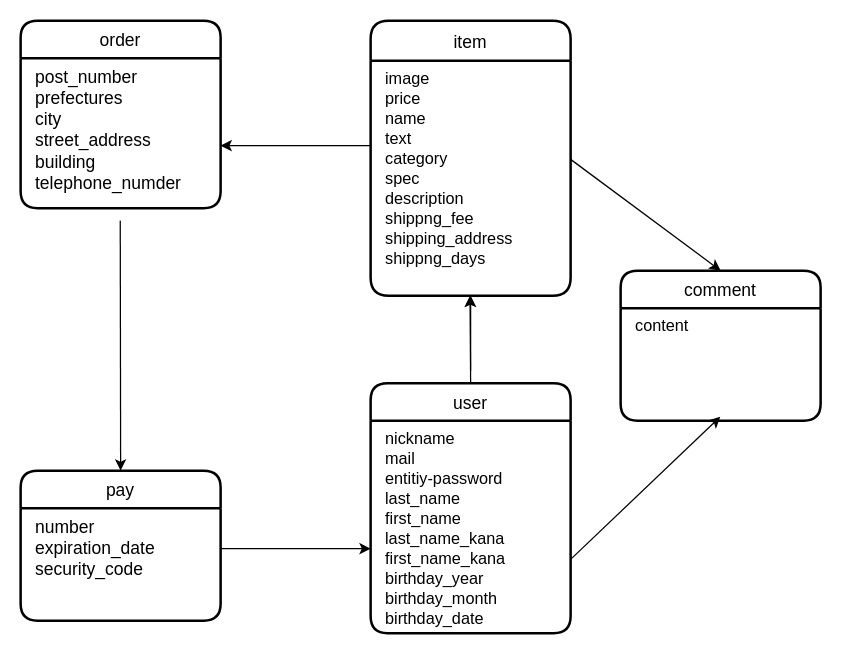
The draw.io diagram app/assets/config/furima.dio in otak0574/furima-37001, before the edit. Source tidied: cells renumbered, new cells numbered last; positions are measured from the earlier drawing's top-left corner, leaving out a move shared by most shapes. Both pictures are drawn from the tidied source at 125%, with x=0, y=0 at pixel (20, 20).
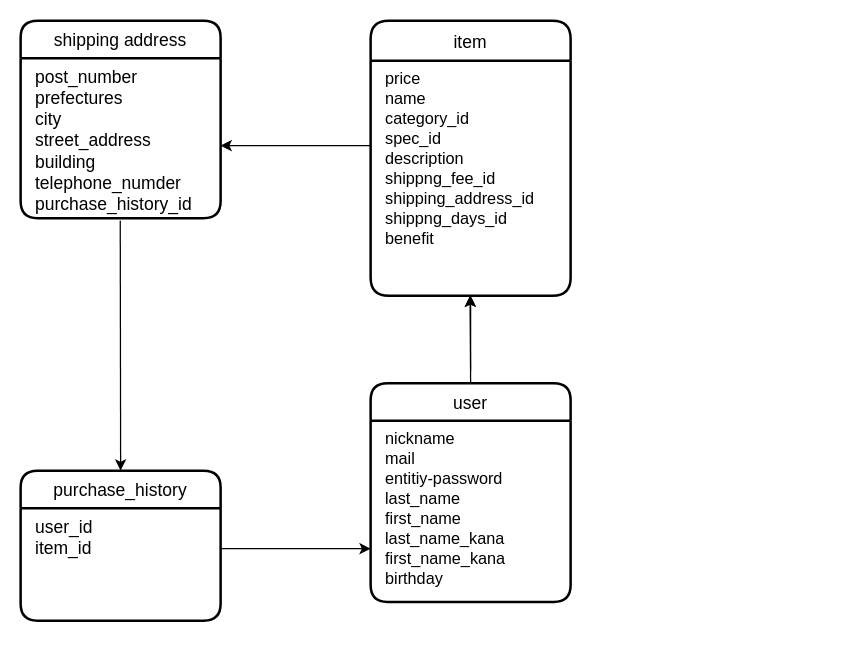
The same page after the edit.

Commit message (it also covers changes not shown here):
ER図、READMEの修正

The change refers to these unchanged cells:
```xml
<mxCell id="8" value="item" style="swimlane;horizontal=1;startSize=32;rounded=1;fontSize=14;fontStyle=0;strokeWidth=2;shadow=0;dashed=0;align=center;" parent="1" vertex="1">
  <mxGeometry x="280" width="160" height="220" as="geometry" />
</mxCell>
```

The edit, as a diff of the source:
```diff
@@
-    <mxCell id="3" style="edgeStyle=none;html=1;exitX=1;exitY=0.5;exitDx=0;exitDy=0;entryX=0.498;entryY=1.03;entryDx=0;entryDy=0;entryPerimeter=0;" parent="1" edge="1">
-      <mxGeometry relative="1" as="geometry">
-        <mxPoint x="440" y="431" as="sourcePoint" />
-        <mxPoint x="559.7" y="316.9" as="targetPoint" />
-      </mxGeometry>
-    </mxCell>
@@
-    <mxCell id="7" style="edgeStyle=none;html=1;entryX=0.5;entryY=0;entryDx=0;entryDy=0;exitX=1;exitY=0.5;exitDx=0;exitDy=0;" parent="1" edge="1">
-      <mxGeometry relative="1" as="geometry">
-        <mxPoint x="440" y="111" as="sourcePoint" />
-        <mxPoint x="560" y="200" as="targetPoint" />
-      </mxGeometry>
-    </mxCell>
@@
-    <mxCell id="9" value="image&#10;price&#10;name&#10;text&#10;category&#10;spec&#10;description&#10;shippng_fee&#10;shipping_address&#10;shippng_days" style="align=left;strokeColor=none;fillColor=none;spacingLeft=10;fontSize=13;verticalAlign=top;" parent="8" vertex="1">
+    <mxCell id="9" value="price&#10;name&#10;category_id&#10;spec_id&#10;description&#10;shippng_fee_id&#10;shipping_address_id&#10;shippng_days_id&#10;benefit" style="align=left;strokeColor=none;fillColor=none;spacingLeft=10;fontSize=13;verticalAlign=top;" parent="8" vertex="1">
       <mxGeometry y="32" width="160" height="188" as="geometry" />
     </mxCell>
-    <mxCell id="10" value="pay" style="swimlane;horizontal=1;startSize=30;rounded=1;fontSize=14;fontStyle=0;strokeWidth=2;shadow=0;dashed=0;align=center;" parent="1" vertex="1">
+    <mxCell id="10" value="purchase_history" style="swimlane;horizontal=1;startSize=30;rounded=1;fontSize=14;fontStyle=0;strokeWidth=2;shadow=0;dashed=0;align=center;" parent="1" vertex="1">
       <mxGeometry y="360" width="160" height="120" as="geometry" />
     </mxCell>
-    <mxCell id="11" value="number&#10;expiration_date&#10;security_code" style="align=left;strokeColor=none;fillColor=none;spacingLeft=10;fontSize=14;verticalAlign=top;" parent="10" vertex="1">
+    <mxCell id="11" value="user_id&#10;item_id" style="align=left;strokeColor=none;fillColor=none;spacingLeft=10;fontSize=14;verticalAlign=top;" parent="10" vertex="1">
       <mxGeometry y="30" width="160" height="90" as="geometry" />
     </mxCell>
     <mxCell id="12" value="user" style="swimlane;horizontal=1;startSize=30;rounded=1;fontSize=14;fontStyle=0;strokeWidth=2;shadow=0;dashed=0;align=center;" parent="1" vertex="1">
-      <mxGeometry x="280" y="290" width="160" height="200" as="geometry" />
+      <mxGeometry x="280" y="290" width="160" height="175" as="geometry" />
     </mxCell>
-    <mxCell id="13" value="nickname&#10;mail&#10;entitiy-password&#10;last_name&#10;first_name&#10;last_name_kana&#10;first_name_kana&#10;birthday_year&#10;birthday_month&#10;birthday_date" style="align=left;strokeColor=none;fillColor=none;spacingLeft=10;fontSize=13;verticalAlign=top;" parent="12" vertex="1">
-      <mxGeometry y="30" width="160" height="170" as="geometry" />
+    <mxCell id="13" value="nickname&#10;mail&#10;entitiy-password&#10;last_name&#10;first_name&#10;last_name_kana&#10;first_name_kana&#10;birthday" style="align=left;strokeColor=none;fillColor=none;spacingLeft=10;fontSize=13;verticalAlign=top;" parent="12" vertex="1">
+      <mxGeometry y="30" width="160" height="145" as="geometry" />
     </mxCell>
-    <mxCell id="14" value="comment" style="swimlane;horizontal=1;startSize=30;rounded=1;fontSize=14;fontStyle=0;strokeWidth=2;shadow=0;dashed=0;align=center;" parent="1" vertex="1">
-      <mxGeometry x="480" y="200" width="160" height="120" as="geometry" />
-    </mxCell>
-    <mxCell id="15" value="content" style="align=left;strokeColor=none;fillColor=none;spacingLeft=10;fontSize=13;verticalAlign=top;" parent="14" vertex="1">
-      <mxGeometry y="30" width="160" height="90" as="geometry" />
-    </mxCell>
-    <mxCell id="16" value="order" style="swimlane;horizontal=1;startSize=30;rounded=1;fontSize=14;fontStyle=0;strokeWidth=2;shadow=0;dashed=0;align=center;" parent="1" vertex="1">
-      <mxGeometry width="160" height="150" as="geometry" />
+    <mxCell id="16" value="shipping address" style="swimlane;horizontal=1;startSize=30;rounded=1;fontSize=14;fontStyle=0;strokeWidth=2;shadow=0;dashed=0;align=center;" parent="1" vertex="1">
+      <mxGeometry width="160" height="158" as="geometry" />
     </mxCell>
-    <mxCell id="17" value="post_number&#10;prefectures&#10;city&#10;street_address&#10;building&#10;telephone_numder" style="align=left;strokeColor=none;fillColor=none;spacingLeft=10;fontSize=14;verticalAlign=top;" parent="16" vertex="1">
-      <mxGeometry y="30" width="160" height="120" as="geometry" />
+    <mxCell id="17" value="post_number&#10;prefectures&#10;city&#10;street_address&#10;building&#10;telephone_numder&#10;purchase_history_id" style="align=left;strokeColor=none;fillColor=none;spacingLeft=10;fontSize=14;verticalAlign=top;" parent="16" vertex="1">
+      <mxGeometry y="30" width="160" height="128" as="geometry" />
     </mxCell>
```
